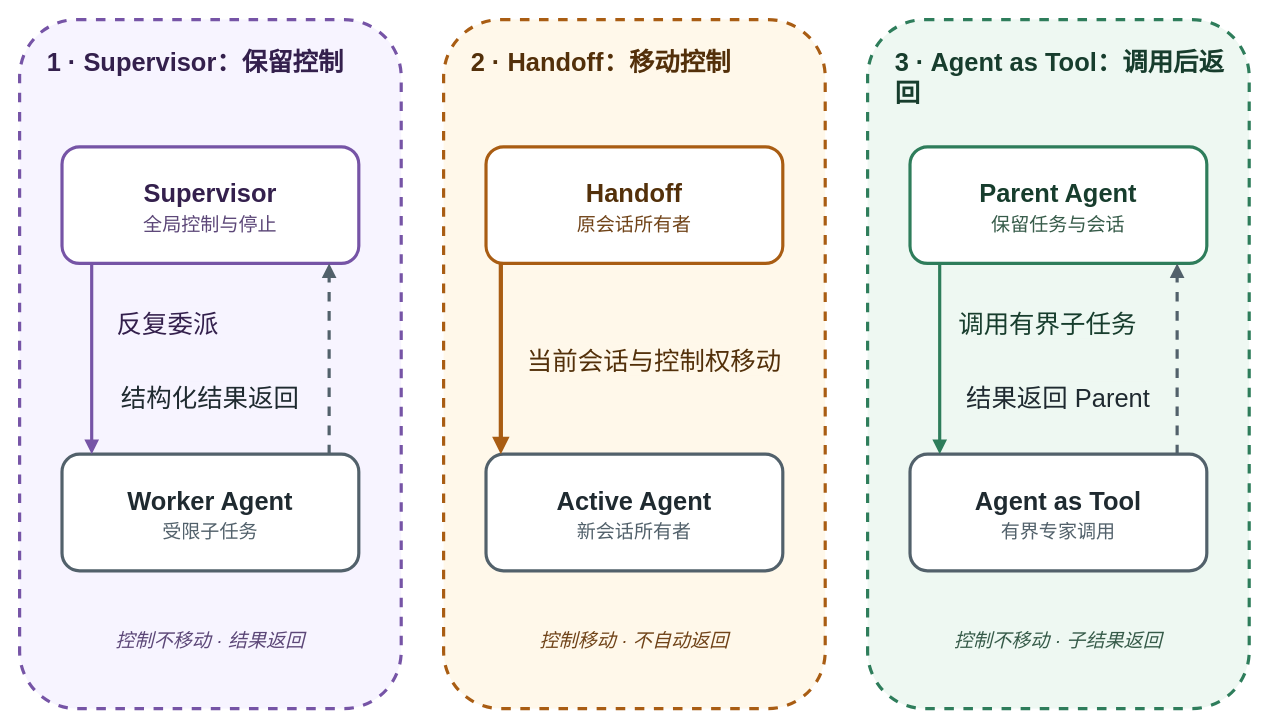
The draw.io diagram diagrams/agt-p-06-control-ownership-models.drawio in sealday/tego-arch, before the edit. Source tidied: cells renumbered, new cells numbered last; positions are measured from the earlier drawing's top-left corner, leaving out a move shared by most shapes. Both pictures are drawn from the tidied source at 106%, with x=0, y=0 at pixel (19, 19).
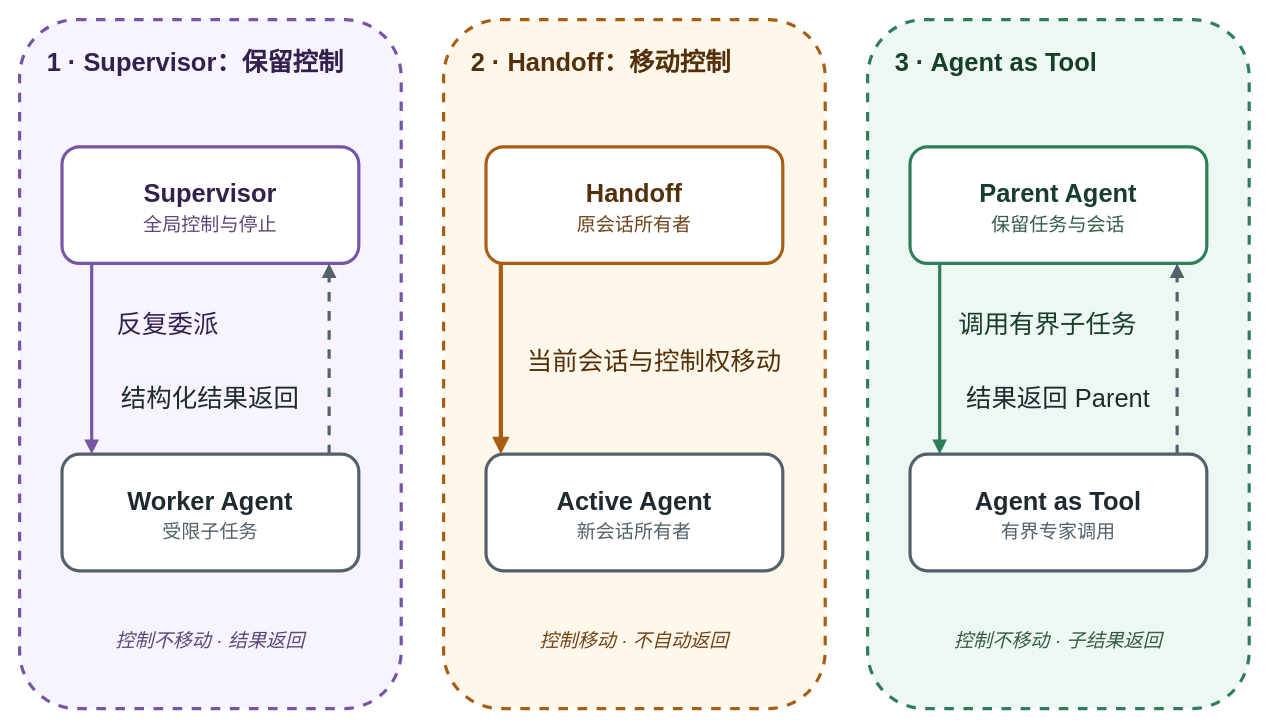
The same page after the edit.

Commit message (it also covers changes not shown here):
fix(agentic): lock control ownership diagram geometry

Change to the diagram source:
```diff
@@
-    <mxCell id="4" value="3 · Agent as Tool：调用后返回" style="rounded=1;whiteSpace=wrap;html=0;fillColor=#EEF8F2;strokeColor=#2E7D5B;strokeWidth=3;dashed=1;fontSize=24;fontStyle=1;fontColor=#173D2D;align=left;verticalAlign=top;spacingLeft=24;spacingTop=20;" parent="1" vertex="1">
+    <mxCell id="4" value="3 · Agent as Tool" style="rounded=1;whiteSpace=wrap;html=0;fillColor=#EEF8F2;strokeColor=#2E7D5B;strokeWidth=3;dashed=1;fontSize=24;fontStyle=1;fontColor=#173D2D;align=left;verticalAlign=top;spacingLeft=24;spacingTop=20;" parent="1" vertex="1">
       <mxGeometry x="800" width="360" height="650" as="geometry" />
     </mxCell>
```
